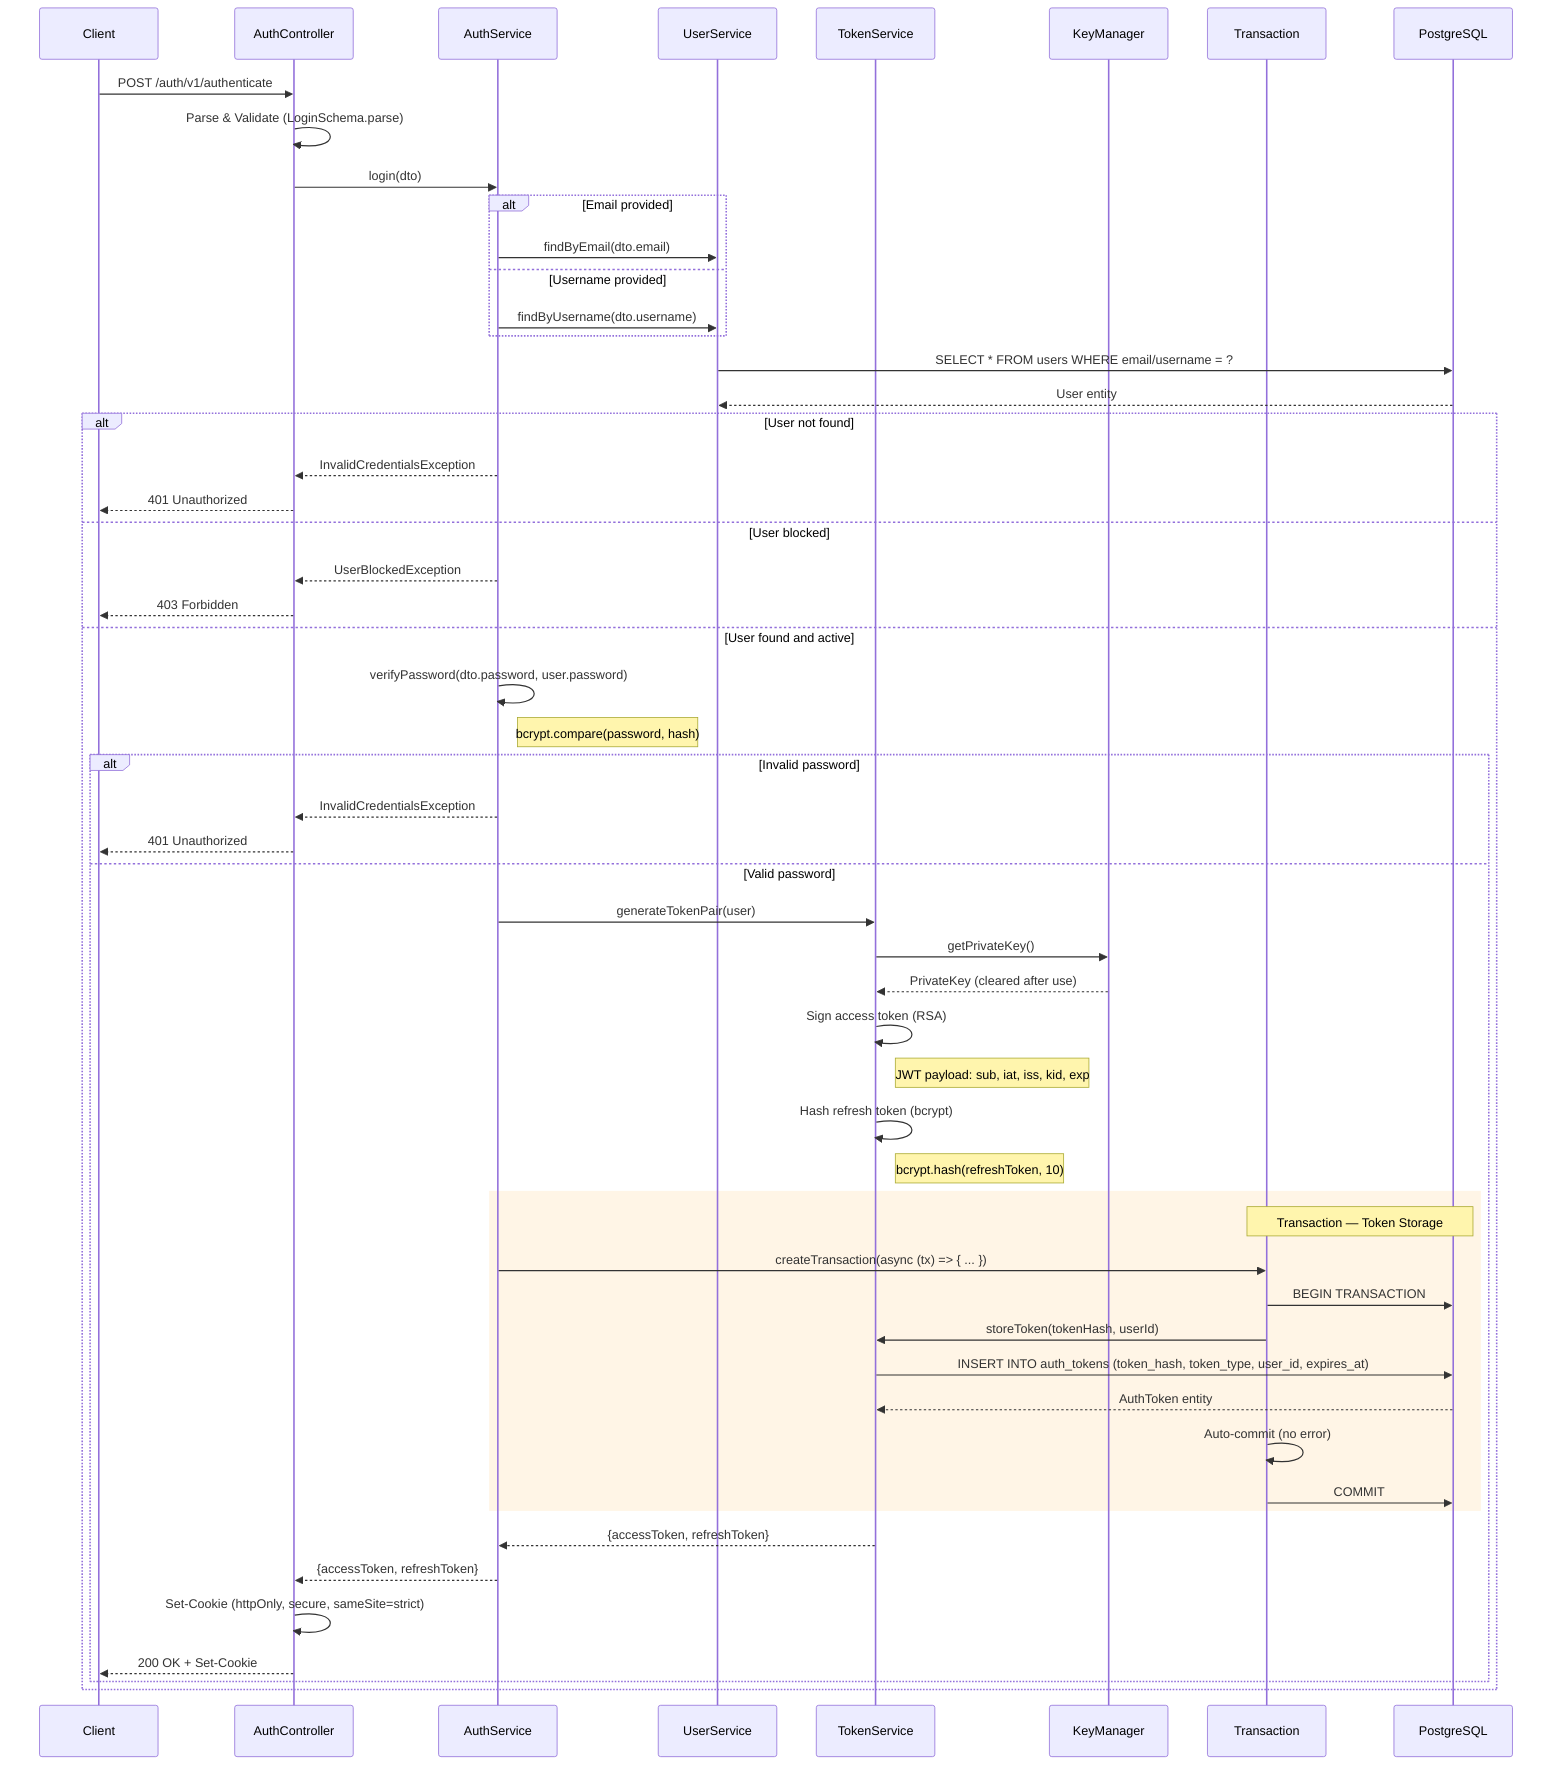
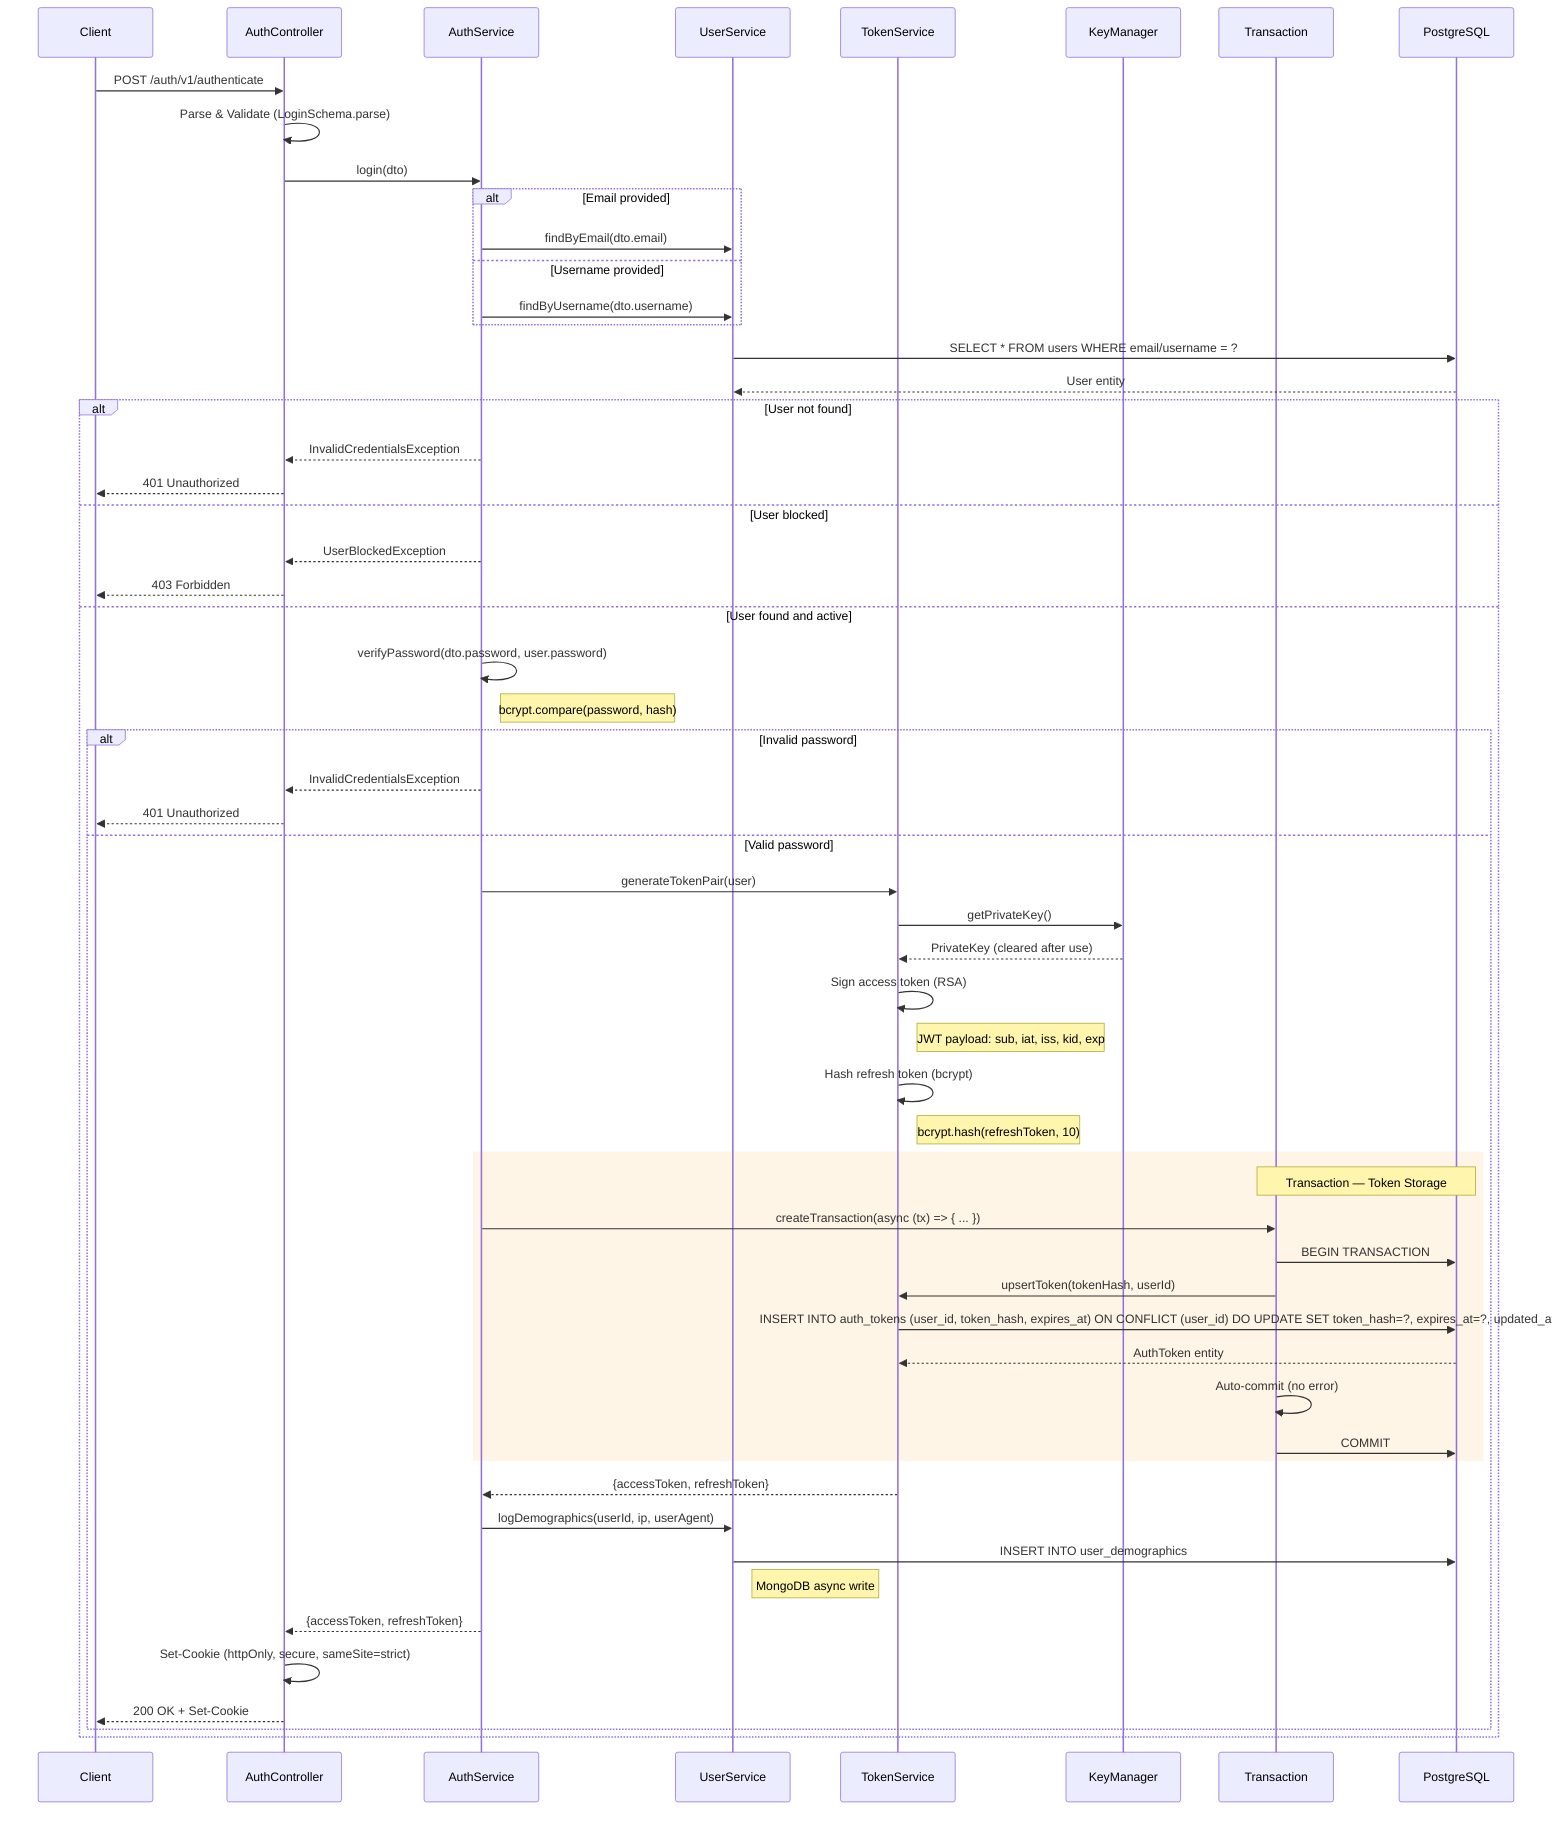
%% User Login Sequence
%% Maps to: FR-2, FR-5, FR-6, FR-13, FR-15

sequenceDiagram
    participant Client
    participant AuthController
    participant AuthService
    participant UserService
    participant TokenService
    participant KeyManager
    participant Transaction
    participant PostgreSQL

    Client->>AuthController: POST /auth/v1/authenticate
    AuthController->>AuthController: Parse & Validate (LoginSchema.parse)

    AuthController->>AuthService: login(dto)

    alt Email provided
        AuthService->>UserService: findByEmail(dto.email)
    else Username provided
        AuthService->>UserService: findByUsername(dto.username)
    end

    UserService->>PostgreSQL: SELECT * FROM users WHERE email/username = ?
    PostgreSQL-->>UserService: User entity

    alt User not found
        AuthService-->>AuthController: InvalidCredentialsException
        AuthController-->>Client: 401 Unauthorized
    else User blocked
        AuthService-->>AuthController: UserBlockedException
        AuthController-->>Client: 403 Forbidden
    else User found and active
        AuthService->>AuthService: verifyPassword(dto.password, user.password)
        Note right of AuthService: bcrypt.compare(password, hash)

        alt Invalid password
            AuthService-->>AuthController: InvalidCredentialsException
            AuthController-->>Client: 401 Unauthorized
        else Valid password
            AuthService->>TokenService: generateTokenPair(user)
            TokenService->>KeyManager: getPrivateKey()
            KeyManager-->>TokenService: PrivateKey (cleared after use)

            TokenService->>TokenService: Sign access token (RSA)
            Note right of TokenService: JWT payload: sub, iat, iss, kid, exp

            TokenService->>TokenService: Hash refresh token (bcrypt)
            Note right of TokenService: bcrypt.hash(refreshToken, 10)

            rect rgb(255, 245, 230)
                Note over Transaction,PostgreSQL: Transaction — Token Storage
                AuthService->>Transaction: createTransaction(async (tx) => { ... })
                Transaction->>PostgreSQL: BEGIN TRANSACTION
-                 Transaction->>TokenService: storeToken(tokenHash, userId)
-                 TokenService->>PostgreSQL: INSERT INTO auth_tokens (token_hash, token_type, user_id, expires_at)
+                 Transaction->>TokenService: upsertToken(tokenHash, userId)
+                 TokenService->>PostgreSQL: INSERT INTO auth_tokens (user_id, token_hash, expires_at) ON CONFLICT (user_id) DO UPDATE SET token_hash=?, expires_at=?, updated_at=now()
                PostgreSQL-->>TokenService: AuthToken entity
                Transaction->>Transaction: Auto-commit (no error)
                Transaction->>PostgreSQL: COMMIT
            end

            TokenService-->>AuthService: {accessToken, refreshToken}
+ 
+             AuthService->>UserService: logDemographics(userId, ip, userAgent)
+             UserService->>PostgreSQL: INSERT INTO user_demographics
+             Note right of UserService: MongoDB async write
+ 
            AuthService-->>AuthController: {accessToken, refreshToken}

            AuthController->>AuthController: Set-Cookie (httpOnly, secure, sameSite=strict)
            AuthController-->>Client: 200 OK + Set-Cookie
        end
    end
